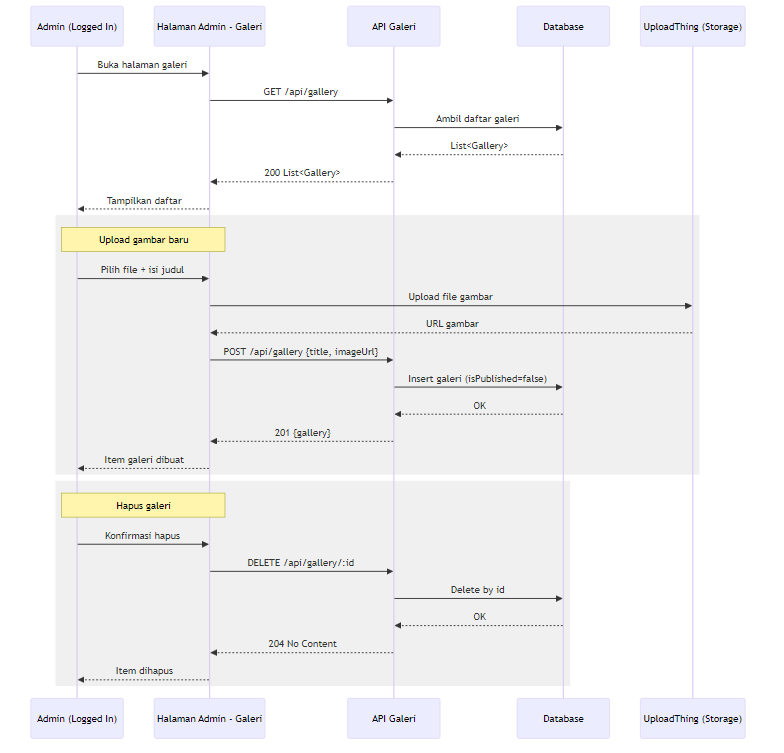
Earlier version of the Mermaid export public/diagrams/seq_manajemen_galeri.png (QilAqil/PPTB_BQ). Its source is kept beside it as diagrams/seq_manajemen_galeri.mmd.
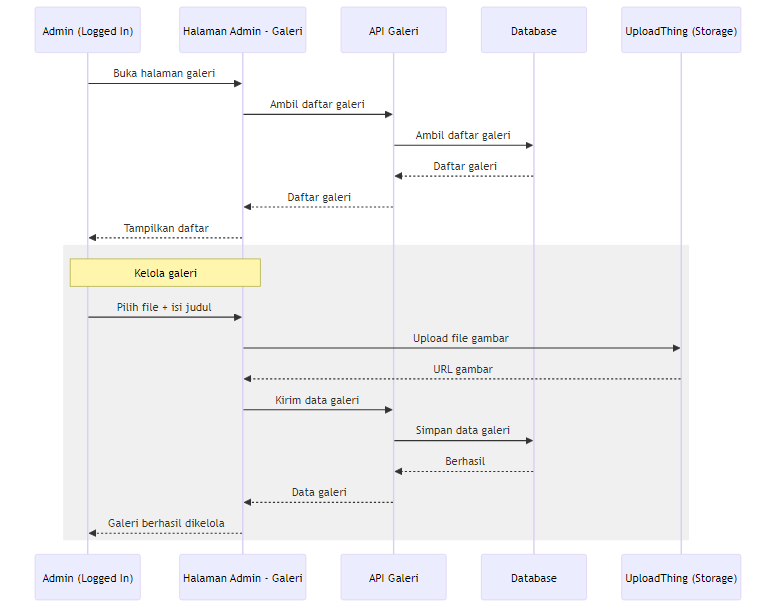
After the change.

What changed in the source:
```diff
@@ -6,30 +6,20 @@
   participant UTH as UploadThing (Storage)
 
   A->>UI: Buka halaman galeri
-  UI->>API: GET /api/gallery
+  UI->>API: Ambil daftar galeri
   API->>DB: Ambil daftar galeri
-  DB-->>API: List<Gallery>
-  API-->>UI: 200 List<Gallery>
+  DB-->>API: Daftar galeri
+  API-->>UI: Daftar galeri
   UI-->>A: Tampilkan daftar
 
   rect rgb(240,240,240)
-    note over A,UI: Upload gambar baru
+    note over A,UI: Kelola galeri
     A->>UI: Pilih file + isi judul
     UI->>UTH: Upload file gambar
     UTH-->>UI: URL gambar
-    UI->>API: POST /api/gallery {title, imageUrl}
-    API->>DB: Insert galeri (isPublished=false)
-    DB-->>API: OK
-    API-->>UI: 201 {gallery}
-    UI-->>A: Item galeri dibuat
+    UI->>API: Kirim data galeri
+    API->>DB: Simpan data galeri
+    DB-->>API: Berhasil
+    API-->>UI: Data galeri
+    UI-->>A: Galeri berhasil dikelola
   end
-
-  rect rgb(240,240,240)
-    note over A,UI: Hapus galeri
-    A->>UI: Konfirmasi hapus
-    UI->>API: DELETE /api/gallery/:id
-    API->>DB: Delete by id
-    DB-->>API: OK
-    API-->>UI: 204 No Content
-    UI-->>A: Item dihapus
-  end
```
